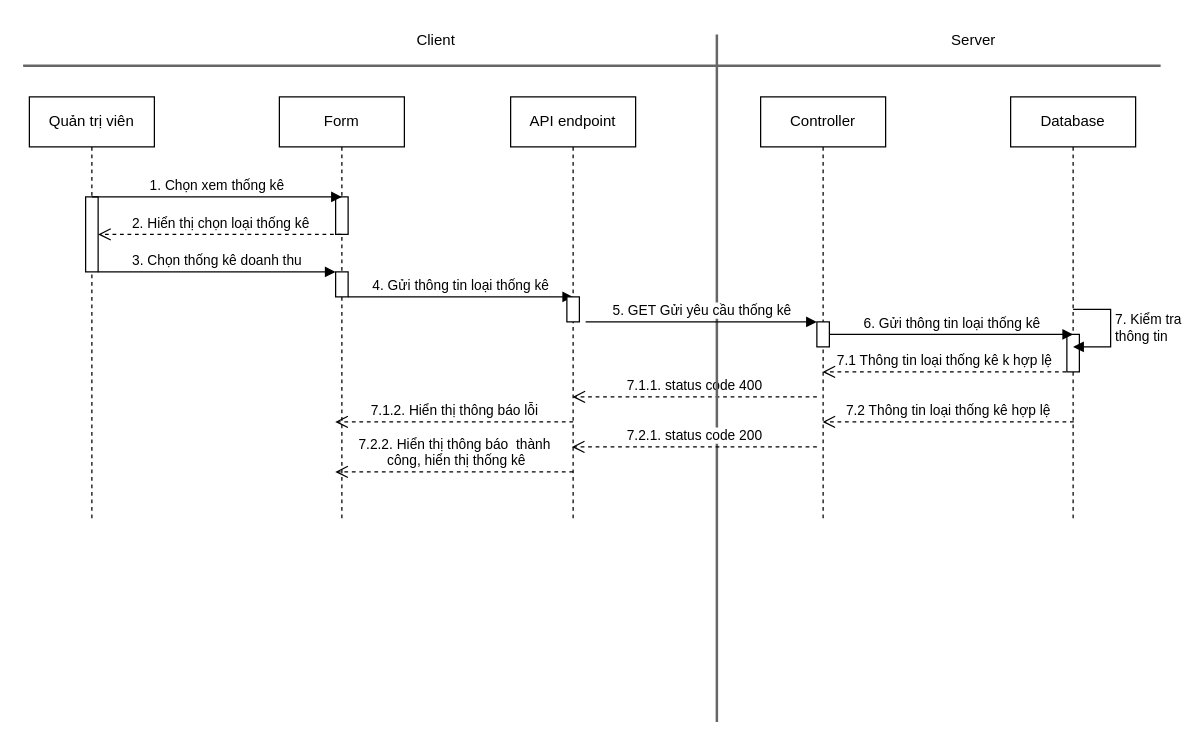
Earlier version of the draw.io diagram page "Page-1" (1 of 2) of SD/SD_THONGKE.drawio (hieuNV0871/da). Source tidied: cells renumbered, new cells numbered last; positions are measured from the earlier drawing's top-left corner, leaving out a move shared by most shapes. Both pictures are drawn from the tidied source at 125%, with x=0, y=0 at pixel (22, 21).
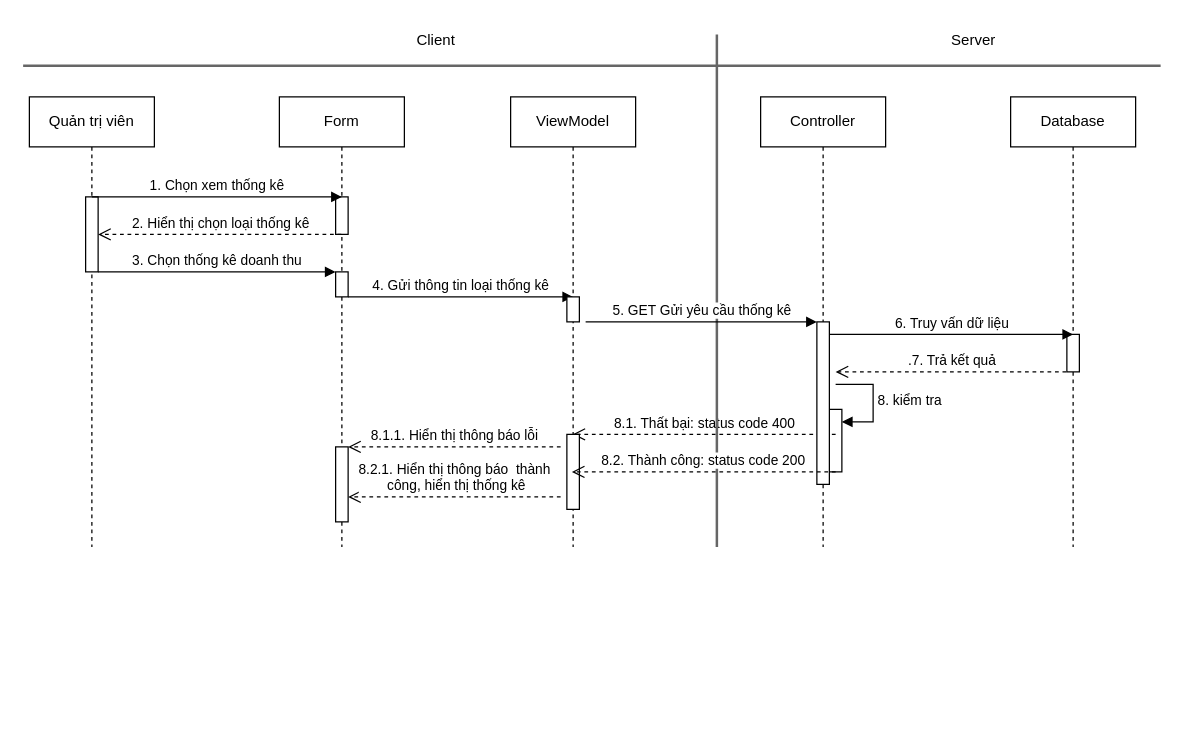
The same diagram, later.

Change to the diagram source:
```diff
@@
     <mxCell id="2" value="Quản trị viên" style="shape=umlLifeline;perimeter=lifelinePerimeter;whiteSpace=wrap;html=1;newEdgeStyle={&quot;curved&quot;:0,&quot;rounded&quot;:0};" parent="1" vertex="1">
-      <mxGeometry x="5" y="60" width="100" height="340" as="geometry" />
+      <mxGeometry x="5" y="60" width="100" height="360" as="geometry" />
     </mxCell>
@@
     <mxCell id="4" value="Form" style="shape=umlLifeline;perimeter=lifelinePerimeter;whiteSpace=wrap;html=1;newEdgeStyle={&quot;curved&quot;:0,&quot;rounded&quot;:0};" parent="1" vertex="1">
-      <mxGeometry x="205" y="60" width="100" height="340" as="geometry" />
+      <mxGeometry x="205" y="60" width="100" height="360" as="geometry" />
     </mxCell>
@@
+    <mxCell id="31" style="html=1;perimeter=orthogonalPerimeter;targetShapes=umlLifeline;newEdgeStyle={&quot;curved&quot;:0,&quot;rounded&quot;:0};" parent="4" vertex="1">
+      <mxGeometry x="45" y="280" width="10" height="60" as="geometry" />
+    </mxCell>
     <mxCell id="7" value="Controller" style="shape=umlLifeline;perimeter=lifelinePerimeter;whiteSpace=wrap;html=1;outlineConnect=0;portConstraint=eastwest;newEdgeStyle={&quot;curved&quot;:0,&quot;rounded&quot;:0};" parent="1" vertex="1">
-      <mxGeometry x="590" y="60" width="100" height="340" as="geometry" />
+      <mxGeometry x="590" y="60" width="100" height="360" as="geometry" />
     </mxCell>
+    <mxCell id="32" style="html=1;points=[[0,0,0,0,5],[0,1,0,0,-5],[1,0,0,0,5],[1,1,0,0,-5]];perimeter=orthogonalPerimeter;outlineConnect=0;targetShapes=umlLifeline;portConstraint=eastwest;newEdgeStyle={&quot;curved&quot;:0,&quot;rounded&quot;:0};" parent="7" vertex="1">
+      <mxGeometry x="55" y="250" width="10" height="50" as="geometry" />
+    </mxCell>
+    <mxCell id="33" value="8. kiểm tra" style="html=1;align=left;spacingLeft=2;endArrow=block;rounded=0;edgeStyle=orthogonalEdgeStyle;curved=0;rounded=0;" parent="7" edge="1" target="32">
+      <mxGeometry relative="1" as="geometry">
+        <mxPoint x="60" y="230" as="sourcePoint" />
+        <Array as="points">
+          <mxPoint x="90" y="260" />
+        </Array>
+      </mxGeometry>
+    </mxCell>
@@
-    <mxCell id="12" value="7.1 Thông tin loại thống kê k hợp lệ" style="html=1;verticalAlign=bottom;endArrow=open;dashed=1;endSize=8;curved=0;rounded=0;" parent="1" edge="1" target="7">
+    <mxCell id="12" value=".7. Trả kết quả" style="html=1;verticalAlign=bottom;endArrow=open;dashed=1;endSize=8;curved=0;rounded=0;" parent="1" edge="1">
       <mxGeometry relative="1" as="geometry">
         <mxPoint x="834.5" y="280" as="sourcePoint" />
+        <mxPoint x="650" y="280" as="targetPoint" />
         <Array as="points">
           <mxPoint x="710" y="280" />
         </Array>
       </mxGeometry>
     </mxCell>
     <mxCell id="13" value="Database" style="shape=umlLifeline;perimeter=lifelinePerimeter;whiteSpace=wrap;html=1;newEdgeStyle={&quot;curved&quot;:0,&quot;rounded&quot;:0};" parent="1" vertex="1">
-      <mxGeometry x="790" y="60" width="100" height="340" as="geometry" />
+      <mxGeometry x="790" y="60" width="100" height="360" as="geometry" />
     </mxCell>
@@
-    <mxCell id="15" value="7.1.1. status code 400" style="html=1;verticalAlign=bottom;endArrow=open;dashed=1;endSize=8;curved=0;rounded=0;" parent="1" edge="1" target="21">
+    <mxCell id="15" value="8.1. Thất bại: status code 400" style="html=1;verticalAlign=bottom;endArrow=open;dashed=1;endSize=8;curved=0;rounded=0;" parent="1" edge="1" target="21">
       <mxGeometry relative="1" as="geometry">
-        <mxPoint x="635" y="300" as="sourcePoint" />
+        <mxPoint x="650" y="330" as="sourcePoint" />
         <Array as="points">
-          <mxPoint x="530" y="300" />
+          <mxPoint x="540" y="330" />
         </Array>
       </mxGeometry>
     </mxCell>
-    <mxCell id="16" value="6. Gửi thông tin loại thống kê" style="html=1;verticalAlign=bottom;endArrow=block;curved=0;rounded=0;" parent="1" edge="1" source="25">
+    <mxCell id="16" value="6. Truy vấn dữ liệu" style="html=1;verticalAlign=bottom;endArrow=block;curved=0;rounded=0;" parent="1" edge="1" source="25">
       <mxGeometry relative="1" as="geometry">
         <mxPoint x="840" y="250" as="targetPoint" />
       </mxGeometry>
     </mxCell>
@@
     <mxCell id="20" style="line;strokeWidth=2;direction=south;html=1;fillColor=#f5f5f5;fontColor=#333333;strokeColor=#666666;" parent="1" vertex="1">
-      <mxGeometry x="550" y="10" width="10" height="550" as="geometry" />
+      <mxGeometry x="550" y="10" width="10" height="410" as="geometry" />
     </mxCell>
-    <mxCell id="21" value="API endpoint" style="shape=umlLifeline;perimeter=lifelinePerimeter;whiteSpace=wrap;html=1;outlineConnect=0;portConstraint=eastwest;newEdgeStyle={&quot;curved&quot;:0,&quot;rounded&quot;:0};" parent="1" vertex="1">
-      <mxGeometry x="390" y="60" width="100" height="340" as="geometry" />
+    <mxCell id="21" value="ViewModel" style="shape=umlLifeline;perimeter=lifelinePerimeter;whiteSpace=wrap;html=1;outlineConnect=0;portConstraint=eastwest;newEdgeStyle={&quot;curved&quot;:0,&quot;rounded&quot;:0};" parent="1" vertex="1">
+      <mxGeometry x="390" y="60" width="100" height="360" as="geometry" />
     </mxCell>
@@
+    <mxCell id="34" style="html=1;perimeter=orthogonalPerimeter;targetShapes=umlLifeline;newEdgeStyle={&quot;curved&quot;:0,&quot;rounded&quot;:0};" parent="21" vertex="1">
+      <mxGeometry x="45" y="270" width="10" height="60" as="geometry" />
+    </mxCell>
@@
     <mxCell id="25" style="html=1;points=[[0,0,0,0,5],[0,1,0,0,-5],[1,0,0,0,5],[1,1,0,0,-5]];perimeter=orthogonalPerimeter;outlineConnect=0;targetShapes=umlLifeline;portConstraint=eastwest;newEdgeStyle={&quot;curved&quot;:0,&quot;rounded&quot;:0};" parent="1" vertex="1">
-      <mxGeometry x="635" y="240" width="10" height="20" as="geometry" />
+      <mxGeometry x="635" y="240" width="10" height="130" as="geometry" />
     </mxCell>
-    <mxCell id="26" value="7. Kiểm tra &lt;br&gt;thông tin" style="html=1;align=left;spacingLeft=2;endArrow=block;rounded=0;edgeStyle=orthogonalEdgeStyle;curved=0;rounded=0;" parent="1" edge="1">
-      <mxGeometry relative="1" as="geometry">
-        <mxPoint x="840" y="230" as="sourcePoint" />
-        <mxPoint x="840" y="260" as="targetPoint" />
-        <Array as="points">
-          <mxPoint x="870" y="260" />
-        </Array>
-      </mxGeometry>
-    </mxCell>
-    <mxCell id="27" value="7.2 Thông tin loại thống kê hợp lệ" style="html=1;verticalAlign=bottom;endArrow=open;dashed=1;endSize=8;curved=0;rounded=0;" parent="1" edge="1" target="7">
-      <mxGeometry relative="1" as="geometry">
-        <mxPoint x="840.5" y="320" as="sourcePoint" />
-        <Array as="points">
-          <mxPoint x="716" y="320" />
-        </Array>
-      </mxGeometry>
-    </mxCell>
-    <mxCell id="28" value="7.2.1. status code 200" style="html=1;verticalAlign=bottom;endArrow=open;dashed=1;endSize=8;curved=0;rounded=0;" parent="1" edge="1">
+    <mxCell id="28" value="8.2. Thành công: status code 200" style="html=1;verticalAlign=bottom;endArrow=open;dashed=1;endSize=8;curved=0;rounded=0;exitX=0.5;exitY=1;exitDx=0;exitDy=0;exitPerimeter=0;" parent="1" edge="1" source="32">
       <mxGeometry relative="1" as="geometry">
-        <mxPoint x="635" y="340" as="sourcePoint" />
-        <mxPoint x="439" y="340" as="targetPoint" />
+        <mxPoint x="439" y="360" as="targetPoint" />
         <Array as="points">
-          <mxPoint x="530" y="340" />
+          <mxPoint x="530" y="360" />
         </Array>
       </mxGeometry>
     </mxCell>
-    <mxCell id="29" value="7.1.2. Hiển thị thông báo lỗi" style="html=1;verticalAlign=bottom;endArrow=open;dashed=1;endSize=8;curved=0;rounded=0;" parent="1" edge="1">
+    <mxCell id="29" value="8.1.1. Hiển thị thông báo lỗi" style="html=1;verticalAlign=bottom;endArrow=open;dashed=1;endSize=8;curved=0;rounded=0;" parent="1" edge="1">
       <mxGeometry relative="1" as="geometry">
-        <mxPoint x="440" y="320" as="sourcePoint" />
-        <mxPoint x="249.7" y="320" as="targetPoint" />
+        <mxPoint x="430" y="340" as="sourcePoint" />
+        <mxPoint x="260" y="340" as="targetPoint" />
         <Array as="points">
-          <mxPoint x="340.7" y="320" />
+          <mxPoint x="340.7" y="340" />
         </Array>
       </mxGeometry>
     </mxCell>
-    <mxCell id="30" value="7.2.2. Hiển thị thông báo&amp;nbsp; thành&lt;br&gt;&amp;nbsp;công, hiển thị thống kê" style="html=1;verticalAlign=bottom;endArrow=open;dashed=1;endSize=8;curved=0;rounded=0;" parent="1" edge="1">
+    <mxCell id="30" value="8.2.1. Hiển thị thông báo&amp;nbsp; thành&lt;br&gt;&amp;nbsp;công, hiển thị thống kê" style="html=1;verticalAlign=bottom;endArrow=open;dashed=1;endSize=8;curved=0;rounded=0;" parent="1" edge="1">
       <mxGeometry relative="1" as="geometry">
-        <mxPoint x="440" y="360" as="sourcePoint" />
-        <mxPoint x="249.7" y="360" as="targetPoint" />
+        <mxPoint x="430" y="380" as="sourcePoint" />
+        <mxPoint x="260" y="380" as="targetPoint" />
         <Array as="points">
-          <mxPoint x="340.7" y="360" />
+          <mxPoint x="340.7" y="380" />
         </Array>
       </mxGeometry>
     </mxCell>
```
